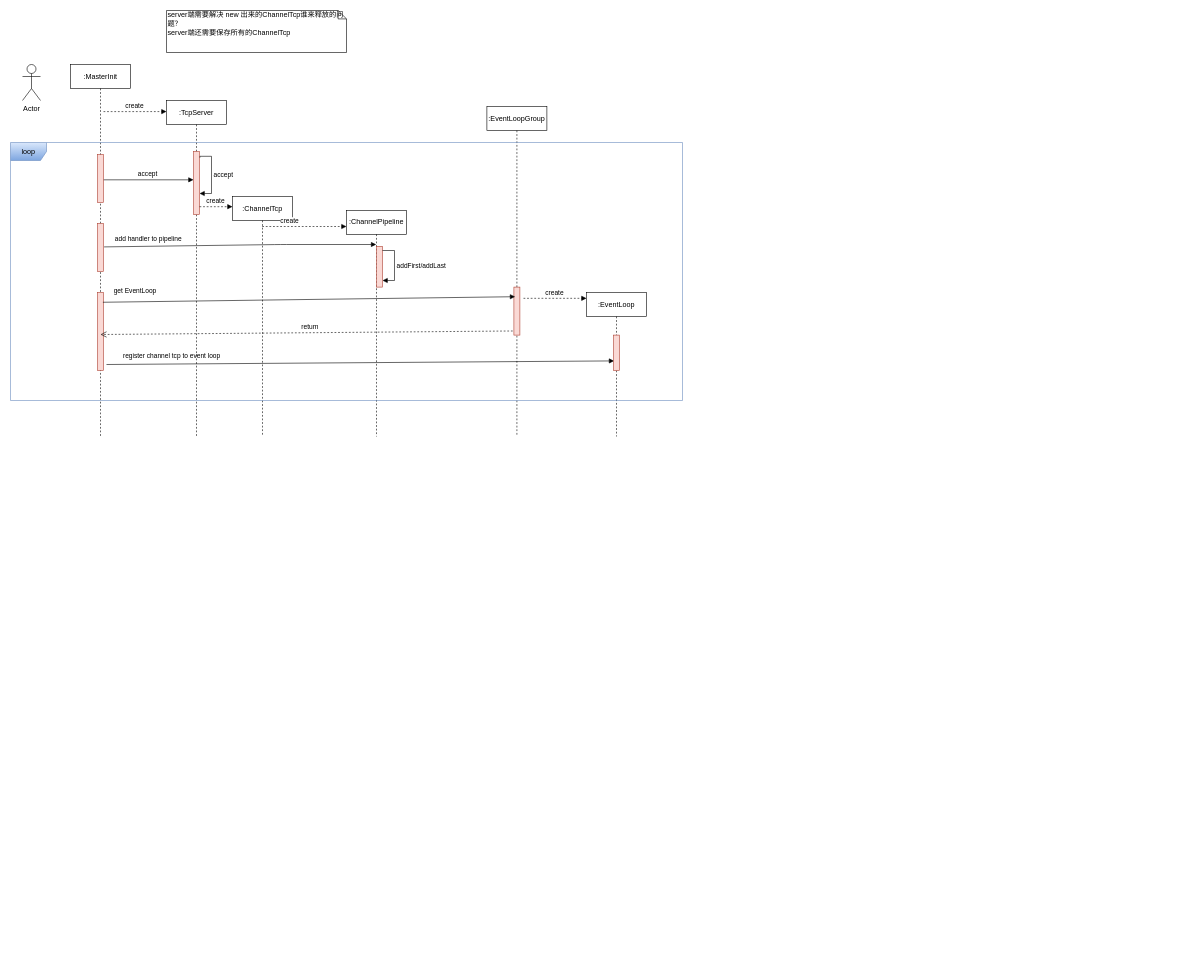
Before: page "UML序列图-Server端" (4 of 4) of transport.drawio in bingo787/draw, a draw.io diagram. Source tidied: cells renumbered, new cells numbered last; positions are measured from the earlier drawing's top-left corner, leaving out a move shared by most shapes. Both pictures are drawn from the tidied source at 60%, with x=0, y=0 at pixel (10, 10).
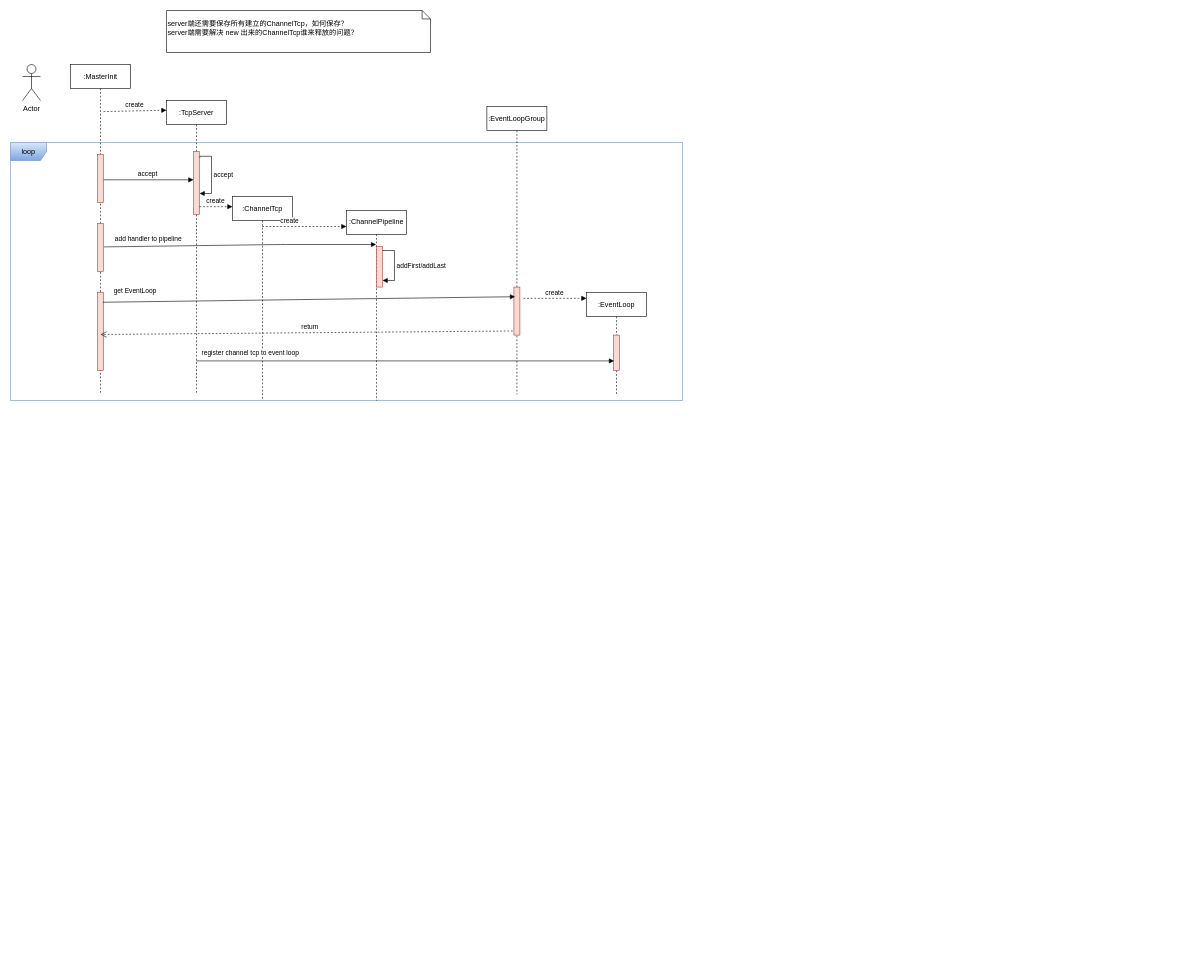
The same diagram, later.

The change refers to these unchanged cells:
```xml
<mxCell id="11" style="group;" parent="1" vertex="1">
  <mxGeometry x="170" y="120" width="1790" height="1460" as="geometry" />
</mxCell>
<mxCell id="19" style="html=1;points=[];perimeter=orthogonalPerimeter;strokeColor=#ae4132;fillColor=#fad9d5;" parent="18" vertex="1">
  <mxGeometry x="45" y="71" width="10" height="59" as="geometry" />
</mxCell>
```

Change to the diagram source:
```diff
@@
+    <mxCell id="28" value="loop" style="shape=umlFrame;whiteSpace=wrap;html=1;strokeColor=#6c8ebf;fillColor=#dae8fc;gradientColor=#7ea6e0;" parent="1" vertex="1">
+      <mxGeometry y="220" width="1120" height="430" as="geometry" />
+    </mxCell>
     <mxCell id="2" value=":MasterInit" style="shape=umlLifeline;perimeter=lifelinePerimeter;whiteSpace=wrap;html=1;" parent="1" vertex="1">
-      <mxGeometry x="100" y="90" width="100" height="620" as="geometry" />
+      <mxGeometry x="100" y="90" width="100" height="550" as="geometry" />
     </mxCell>
@@
-    <mxCell id="7" value="register channel tcp to event loop&amp;nbsp;" style="html=1;verticalAlign=bottom;endArrow=block;strokeColor=#000000;fontColor=#000000;entryX=0.1;entryY=0.729;entryDx=0;entryDy=0;entryPerimeter=0;" parent="2" edge="1" target="19">
-      <mxGeometry x="-0.74" y="5" relative="1" as="geometry">
-        <mxPoint x="60" y="500" as="sourcePoint" />
-      </mxGeometry>
-    </mxCell>
@@
     <mxCell id="12" value=":TcpServer" style="shape=umlLifeline;perimeter=lifelinePerimeter;whiteSpace=wrap;html=1;outlineConnect=0;strokeColor=#000000;fillColor=#FFFFFF;fontColor=#000000;" parent="11" vertex="1">
-      <mxGeometry x="90" y="30" width="100" height="560" as="geometry" />
+      <mxGeometry x="90" y="30" width="100" height="490" as="geometry" />
     </mxCell>
@@
     <mxCell id="15" value=":ChannelTcp" style="shape=umlLifeline;perimeter=lifelinePerimeter;whiteSpace=wrap;html=1;outlineConnect=0;strokeColor=#000000;fillColor=#FFFFFF;fontColor=#000000;" parent="11" vertex="1">
-      <mxGeometry x="200" y="190" width="100" height="400" as="geometry" />
+      <mxGeometry x="200" y="190" width="100" height="340" as="geometry" />
     </mxCell>
     <mxCell id="16" value=":EventLoopGroup" style="shape=umlLifeline;perimeter=lifelinePerimeter;whiteSpace=wrap;html=1;strokeColor=#000000;fillColor=#FFFFFF;fontColor=#000000;" parent="11" vertex="1">
-      <mxGeometry x="624" y="40" width="100" height="550" as="geometry" />
+      <mxGeometry x="624" y="40" width="100" height="480" as="geometry" />
     </mxCell>
@@
     <mxCell id="18" value=":EventLoop" style="shape=umlLifeline;perimeter=lifelinePerimeter;whiteSpace=wrap;html=1;strokeColor=#000000;fillColor=#FFFFFF;fontColor=#000000;" parent="11" vertex="1">
-      <mxGeometry x="790" y="350" width="100" height="240" as="geometry" />
+      <mxGeometry x="790" y="350" width="100" height="170" as="geometry" />
     </mxCell>
@@
+    <mxCell id="7" value="register channel tcp to event loop&amp;nbsp;" style="html=1;verticalAlign=bottom;endArrow=block;strokeColor=#000000;fontColor=#000000;entryX=0.1;entryY=0.729;entryDx=0;entryDy=0;entryPerimeter=0;" parent="11" edge="1" source="12" target="19">
+      <mxGeometry x="-0.74" y="5" relative="1" as="geometry" />
+    </mxCell>
@@
     <mxCell id="22" value=":ChannelPipeline" style="shape=umlLifeline;perimeter=lifelinePerimeter;whiteSpace=wrap;html=1;outlineConnect=0;strokeColor=#000000;fillColor=#FFFFFF;fontColor=#000000;" parent="1" vertex="1">
-      <mxGeometry x="560" y="333" width="100" height="377" as="geometry" />
+      <mxGeometry x="560" y="333" width="100" height="317" as="geometry" />
     </mxCell>
@@
-    <mxCell id="28" value="loop" style="shape=umlFrame;whiteSpace=wrap;html=1;strokeColor=#6c8ebf;fillColor=#dae8fc;gradientColor=#7ea6e0;" parent="1" vertex="1">
-      <mxGeometry y="220" width="1120" height="430" as="geometry" />
-    </mxCell>
-    <mxCell id="29" value="server端需要解决 new 出来的ChannelTcp谁来释放的问题？&lt;br&gt;server端还需要保存所有的ChannelTcp" style="shape=note;whiteSpace=wrap;html=1;size=14;verticalAlign=top;align=left;spacingTop=-6;strokeColor=#000000;fillColor=#FFFFFF;fontColor=#000000;" parent="1" vertex="1">
-      <mxGeometry x="260" width="300" height="70" as="geometry" />
+    <mxCell id="29" value="&lt;br&gt;server端还需要保存所有建立的ChannelTcp，如何保存？&lt;br&gt;server端需要解决 new 出来的ChannelTcp谁来释放的问题？" style="shape=note;whiteSpace=wrap;html=1;size=14;verticalAlign=top;align=left;spacingTop=-6;strokeColor=#000000;fillColor=#FFFFFF;fontColor=#000000;" parent="1" vertex="1">
+      <mxGeometry x="260" width="440" height="70" as="geometry" />
     </mxCell>
```
